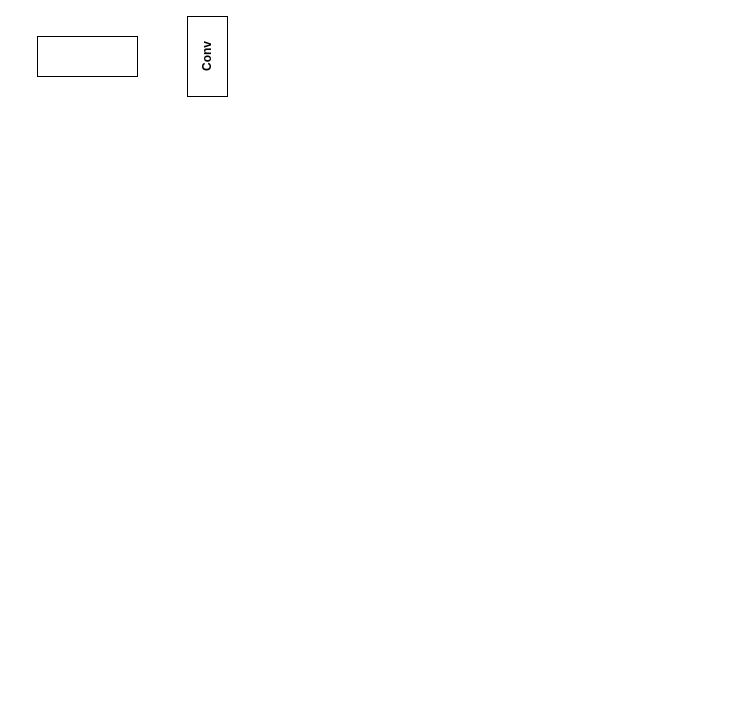
Before: Untitled Diagram.drawio in user815886724/CycleGan, a draw.io diagram. Source tidied: cells renumbered, new cells numbered last; positions are measured from the earlier drawing's top-left corner, leaving out a move shared by most shapes. Both pictures are drawn from the tidied source at 100%, with x=0, y=0 at pixel (37, 36).
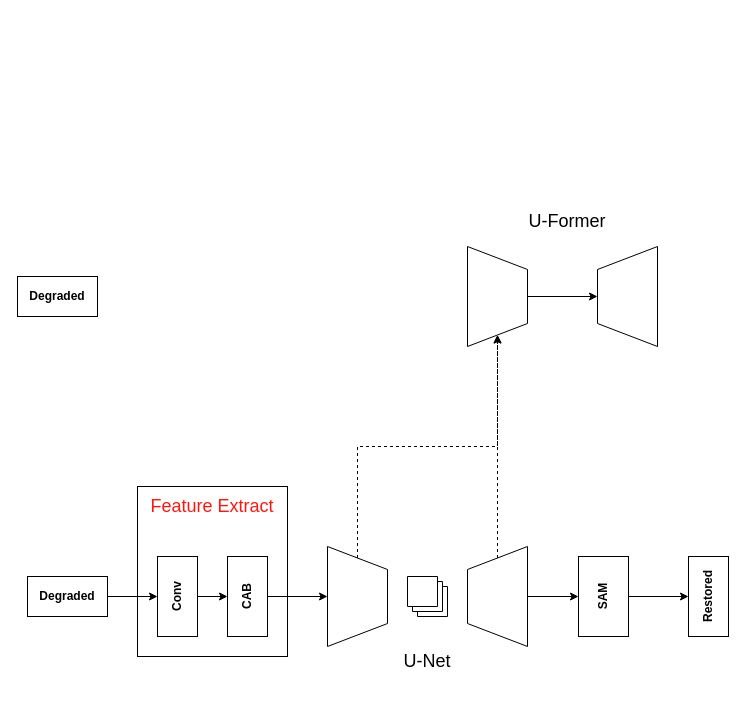
The same page after the edit.

Diff of the diagram source:
```diff
@@
+    <mxCell id="4" value="&lt;pre style=&quot;background-color: rgb(255 , 255 , 255) ; font-family: &amp;#34;jetbrains mono&amp;#34; , monospace ; font-size: 10px&quot;&gt;&lt;br&gt;&lt;/pre&gt;" style="rounded=0;whiteSpace=wrap;html=1;verticalAlign=top;fillColor=none;align=center;" parent="1" vertex="1">
+      <mxGeometry x="100" y="450" width="150" height="170" as="geometry" />
+    </mxCell>
+    <mxCell id="5" style="edgeStyle=orthogonalEdgeStyle;rounded=0;jettySize=auto;html=1;" parent="1" edge="1" source="2" target="3">
+      <mxGeometry relative="1" as="geometry" />
+    </mxCell>
-    <mxCell id="2" style="rounded=0;whiteSpace=wrap;html=1;" parent="1" vertex="1">
-      <mxGeometry width="100" height="40" as="geometry" />
+    <mxCell id="2" value="&lt;b&gt;Degraded&lt;/b&gt;" style="rounded=0;whiteSpace=wrap;html=1;" parent="1" vertex="1">
+      <mxGeometry x="-10" y="540" width="80" height="40" as="geometry" />
     </mxCell>
+    <mxCell id="6" style="edgeStyle=orthogonalEdgeStyle;rounded=0;jettySize=auto;html=1;exitX=0.5;exitY=1;exitDx=0;exitDy=0;entryX=0.5;entryY=0;entryDx=0;entryDy=0;" parent="1" edge="1" source="3" target="8">
+      <mxGeometry relative="1" as="geometry" />
+    </mxCell>
     <mxCell id="3" value="&lt;b&gt;Conv&lt;/b&gt;" style="rounded=0;whiteSpace=wrap;html=1;rotation=-90;verticalAlign=middle;" parent="1" vertex="1">
-      <mxGeometry x="130" width="80" height="40" as="geometry" />
+      <mxGeometry x="100" y="540" width="80" height="40" as="geometry" />
     </mxCell>
+    <mxCell id="7" style="edgeStyle=orthogonalEdgeStyle;rounded=0;jettySize=auto;html=1;exitX=0.5;exitY=1;exitDx=0;exitDy=0;entryX=0.5;entryY=0;entryDx=0;entryDy=0;" parent="1" edge="1" source="8" target="10">
+      <mxGeometry relative="1" as="geometry" />
+    </mxCell>
+    <mxCell id="8" value="&lt;b&gt;CAB&lt;/b&gt;" style="rounded=0;whiteSpace=wrap;html=1;rotation=-90;verticalAlign=middle;" parent="1" vertex="1">
+      <mxGeometry x="170" y="540" width="80" height="40" as="geometry" />
+    </mxCell>
+    <mxCell id="9" style="edgeStyle=orthogonalEdgeStyle;rounded=0;jettySize=auto;html=1;exitX=1;exitY=0.5;exitDx=0;exitDy=0;fontColor=#FF170F;dashed=1;" parent="1" edge="1" source="10" target="21">
+      <mxGeometry relative="1" as="geometry">
+        <Array as="points">
+          <mxPoint x="320" y="410" />
+          <mxPoint x="460" y="410" />
+        </Array>
+      </mxGeometry>
+    </mxCell>
+    <mxCell id="10" style="verticalLabelPosition=middle;verticalAlign=middle;html=1;shape=trapezoid;perimeter=trapezoidPerimeter;whiteSpace=wrap;size=0.23;arcSize=10;flipV=1;labelPosition=center;align=center;rotation=-90;" parent="1" vertex="1">
+      <mxGeometry x="270" y="530" width="100" height="60" as="geometry" />
+    </mxCell>
+    <mxCell id="11" style="edgeStyle=orthogonalEdgeStyle;rounded=0;jettySize=auto;html=1;" parent="1" edge="1" source="13" target="15">
+      <mxGeometry relative="1" as="geometry" />
+    </mxCell>
+    <mxCell id="12" style="edgeStyle=orthogonalEdgeStyle;rounded=0;jettySize=auto;html=1;exitX=0;exitY=0.5;exitDx=0;exitDy=0;entryX=0;entryY=0.5;entryDx=0;entryDy=0;fontColor=#FF170F;dashed=1;" parent="1" edge="1" source="13" target="21">
+      <mxGeometry relative="1" as="geometry" />
+    </mxCell>
+    <mxCell id="13" style="verticalLabelPosition=middle;verticalAlign=middle;html=1;shape=trapezoid;perimeter=trapezoidPerimeter;whiteSpace=wrap;size=0.23;arcSize=10;flipV=1;labelPosition=center;align=center;rotation=90;" parent="1" vertex="1">
+      <mxGeometry x="410" y="530" width="100" height="60" as="geometry" />
+    </mxCell>
+    <mxCell id="14" style="edgeStyle=orthogonalEdgeStyle;rounded=0;jettySize=auto;html=1;" parent="1" edge="1" source="15" target="16">
+      <mxGeometry relative="1" as="geometry" />
+    </mxCell>
+    <mxCell id="15" value="&lt;b&gt;SAM&lt;/b&gt;" style="rounded=0;whiteSpace=wrap;html=1;rotation=-90;verticalAlign=middle;" parent="1" vertex="1">
+      <mxGeometry x="526" y="535" width="80" height="50" as="geometry" />
+    </mxCell>
+    <mxCell id="16" value="&lt;b&gt;Restored&lt;/b&gt;" style="rounded=0;whiteSpace=wrap;html=1;rotation=-90;verticalAlign=middle;" parent="1" vertex="1">
+      <mxGeometry x="631" y="540" width="80" height="40" as="geometry" />
+    </mxCell>
+    <mxCell id="17" style="verticalLabelPosition=bottom;verticalAlign=top;html=1;shape=mxgraph.basic.layered_rect;dx=10;" parent="1" vertex="1">
+      <mxGeometry x="370" y="540" width="40" height="40" as="geometry" />
+    </mxCell>
+    <mxCell id="18" value="&lt;h2&gt;&lt;span style=&quot;font-weight: normal&quot;&gt;U-Net&lt;/span&gt;&lt;/h2&gt;" style="text;html=1;strokeColor=none;fillColor=none;align=center;verticalAlign=middle;whiteSpace=wrap;rounded=0;" parent="1" vertex="1">
+      <mxGeometry x="340" y="610" width="100" height="30" as="geometry" />
+    </mxCell>
+    <mxCell id="19" value="&lt;h2&gt;&lt;span style=&quot;font-weight: normal&quot;&gt;Feature Extract&lt;/span&gt;&lt;/h2&gt;" style="text;html=1;strokeColor=none;fillColor=none;align=center;verticalAlign=middle;whiteSpace=wrap;rounded=0;fontColor=#FF170F;" parent="1" vertex="1">
+      <mxGeometry x="110" y="460" width="130" height="20" as="geometry" />
+    </mxCell>
+    <mxCell id="20" style="edgeStyle=orthogonalEdgeStyle;rounded=0;jettySize=auto;html=1;fontColor=#FF170F;" parent="1" edge="1" source="21" target="22">
+      <mxGeometry relative="1" as="geometry" />
+    </mxCell>
+    <mxCell id="21" style="verticalLabelPosition=middle;verticalAlign=middle;html=1;shape=trapezoid;perimeter=trapezoidPerimeter;whiteSpace=wrap;size=0.23;arcSize=10;flipV=1;labelPosition=center;align=center;rotation=-90;" parent="1" vertex="1">
+      <mxGeometry x="410" y="230" width="100" height="60" as="geometry" />
+    </mxCell>
+    <mxCell id="22" style="verticalLabelPosition=middle;verticalAlign=middle;html=1;shape=trapezoid;perimeter=trapezoidPerimeter;whiteSpace=wrap;size=0.23;arcSize=10;flipV=1;labelPosition=center;align=center;rotation=90;" parent="1" vertex="1">
+      <mxGeometry x="540" y="230" width="100" height="60" as="geometry" />
+    </mxCell>
+    <mxCell id="23" value="&lt;h2&gt;&lt;span style=&quot;font-weight: normal&quot;&gt;U-Former&lt;/span&gt;&lt;/h2&gt;" style="text;html=1;strokeColor=none;fillColor=none;align=center;verticalAlign=middle;whiteSpace=wrap;rounded=0;" parent="1" vertex="1">
+      <mxGeometry x="480" y="170" width="100" height="30" as="geometry" />
+    </mxCell>
+    <mxCell id="24" value="&lt;b&gt;Degraded&lt;/b&gt;" style="rounded=0;whiteSpace=wrap;html=1;" parent="1" vertex="1">
+      <mxGeometry x="-20" y="240" width="80" height="40" as="geometry" />
+    </mxCell>
```
